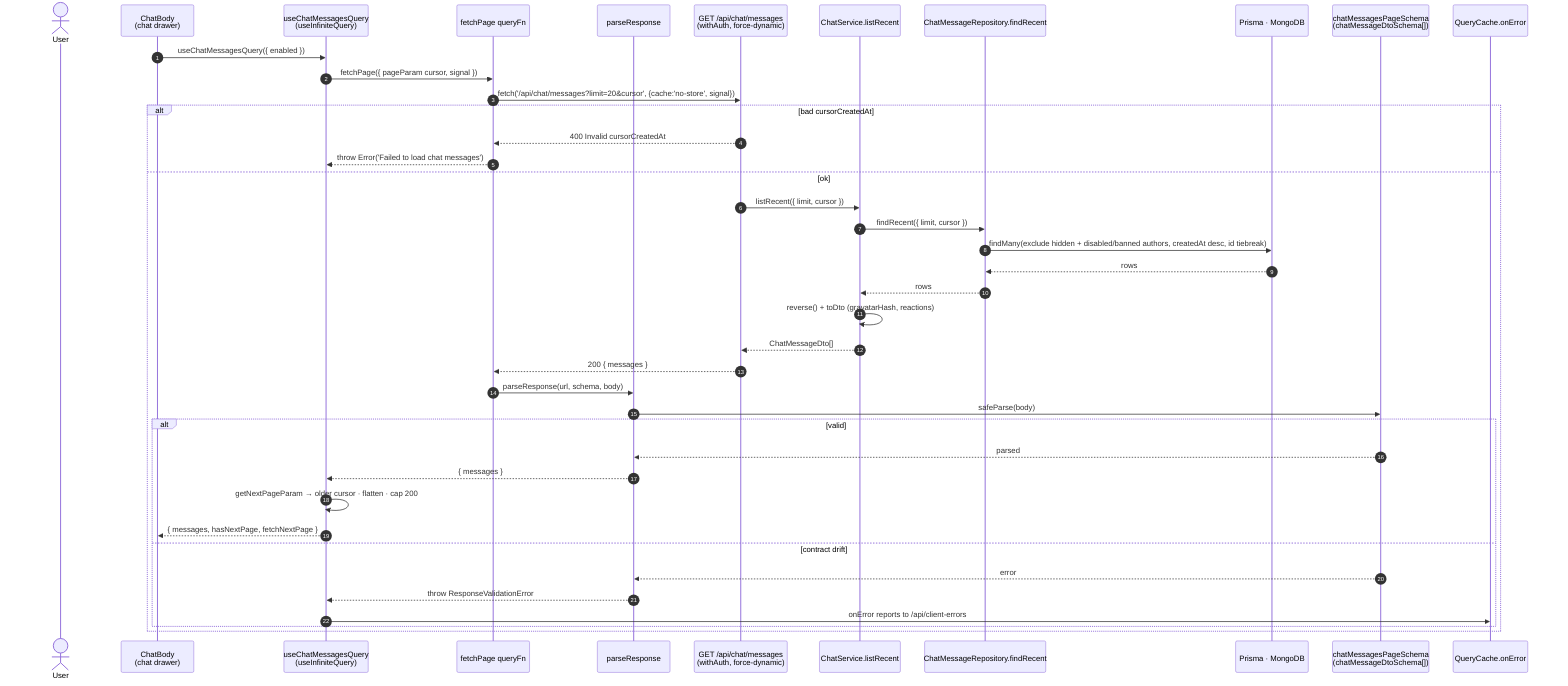
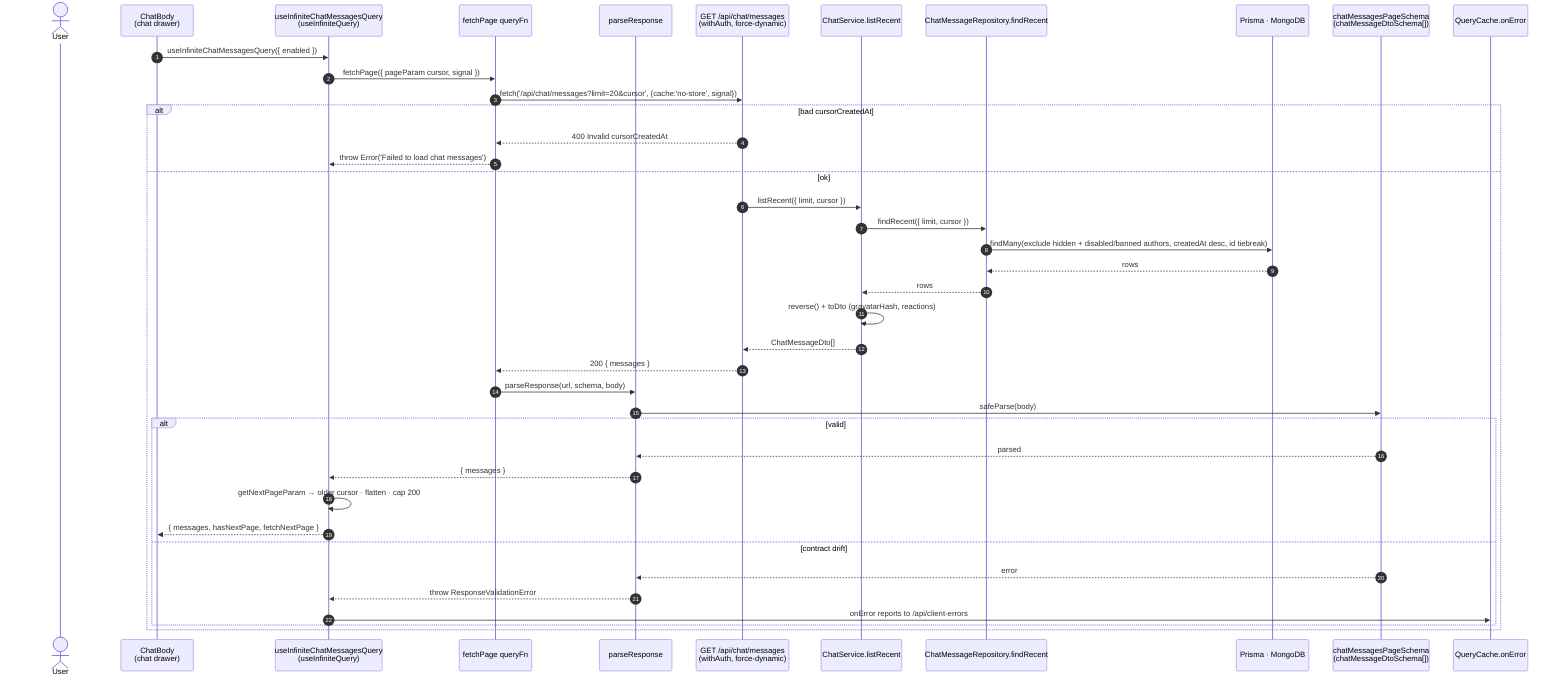
- %% useChatMessagesQuery — paged chat history (infinite, validated, no-store)
+ %% useInfiniteChatMessagesQuery — paged chat history (infinite, validated, no-store)
sequenceDiagram
    autonumber
    actor U as User
    participant C as ChatBody<br/>(chat drawer)
-     participant H as useChatMessagesQuery<br/>(useInfiniteQuery)
+     participant H as useInfiniteChatMessagesQuery<br/>(useInfiniteQuery)
    participant Q as fetchPage queryFn
    participant P as parseResponse
    participant R as GET /api/chat/messages<br/>(withAuth, force-dynamic)
    participant SV as ChatService.listRecent
    participant SR as ChatMessageRepository.findRecent
    participant DB as Prisma · MongoDB
    participant V as chatMessagesPageSchema<br/>(chatMessageDtoSchema[])
    participant RC as QueryCache.onError
-     C->>H: useChatMessagesQuery({ enabled })
+     C->>H: useInfiniteChatMessagesQuery({ enabled })
    H->>Q: fetchPage({ pageParam cursor, signal })
    Q->>R: fetch('/api/chat/messages?limit=20&cursor', {cache:'no-store', signal})
    alt bad cursorCreatedAt
        R-->>Q: 400 Invalid cursorCreatedAt
        Q-->>H: throw Error('Failed to load chat messages')
    else ok
        R->>SV: listRecent({ limit, cursor })
        SV->>SR: findRecent({ limit, cursor })
        SR->>DB: findMany(exclude hidden + disabled/banned authors, createdAt desc, id tiebreak)
        DB-->>SR: rows
        SR-->>SV: rows
        SV->>SV: reverse() + toDto (gravatarHash, reactions)
        SV-->>R: ChatMessageDto[]
        R-->>Q: 200 { messages }
        Q->>P: parseResponse(url, schema, body)
        P->>V: safeParse(body)
        alt valid
            V-->>P: parsed
            P-->>H: { messages }
            H->>H: getNextPageParam → older cursor · flatten · cap 200
            H-->>C: { messages, hasNextPage, fetchNextPage }
        else contract drift
            V-->>P: error
            P-->>H: throw ResponseValidationError
            H->>RC: onError reports to /api/client-errors
        end
    end
